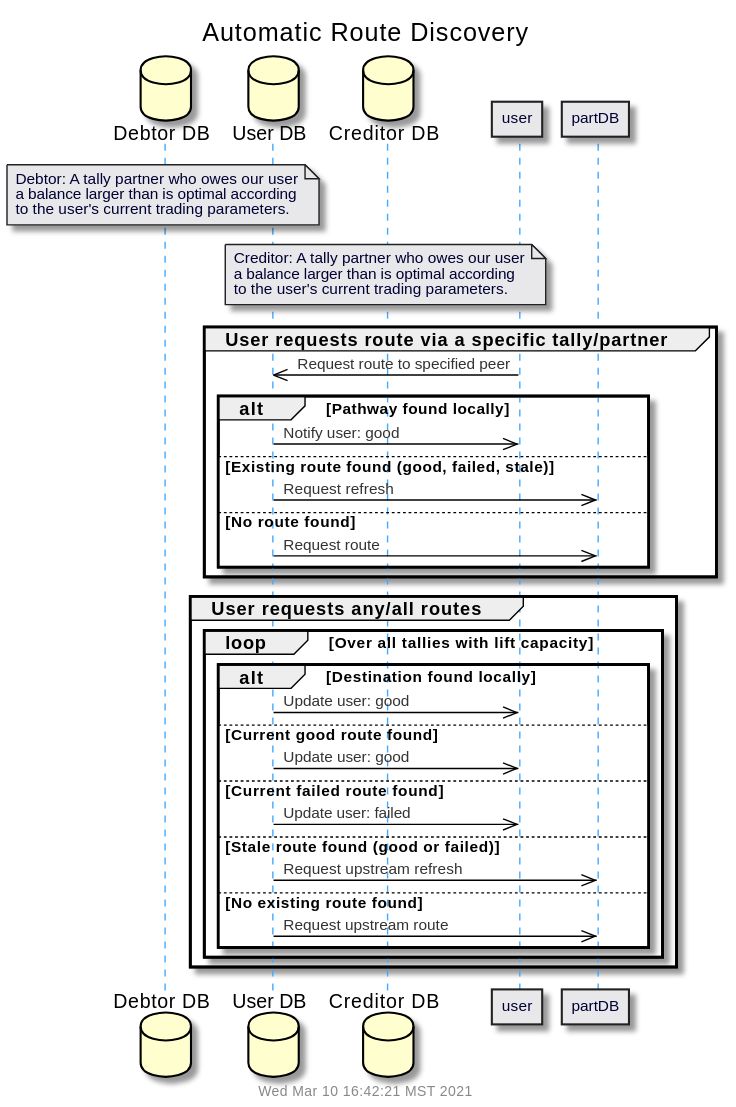
Before: doc/uml/seq-route-auto.svg, a diagram exported from PlantUML (gotchoices/MyCHIPs).
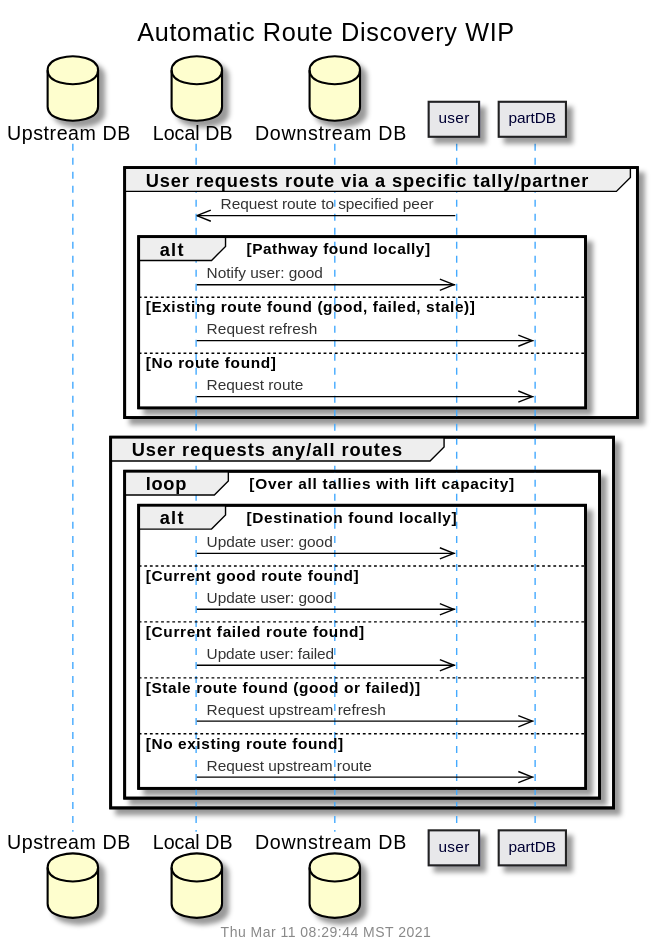
The same diagram one commit later.

The edit, as a diff of the source:
```diff
@@ -1,21 +1,9 @@
 @startuml
 !include common.puml
-$title(Automatic Route Discovery)
-database "Debtor DB" as debtDB
-database "User DB" as userDB
-database "Creditor DB" as credDB
-
-note over debtDB
-  Debtor: A tally partner who owes our user
-  a balance larger than is optimal according
-  to the user's current trading parameters.
-end note
-
-note over credDB
-  Creditor: A tally partner who owes our user
-  a balance larger than is optimal according
-  to the user's current trading parameters.
-end note
+$title(Automatic Route Discovery WIP)
+database "Upstream DB" as upDB
+database "Local DB" as userDB
+database "Downstream DB" as downDB
 
 group User requests route via a specific tally/partner
   user		->>	userDB:		Request route to specified peer
```
